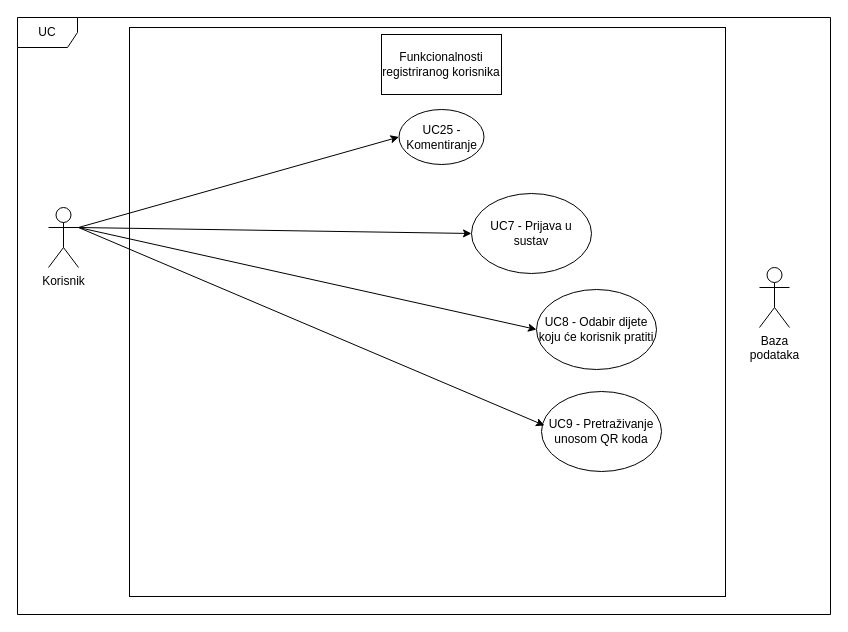
glatkobrasno/wall-e-zohari keeps this draw.io diagram as Dokumentacija/Dijagrami/DijagramObrazacaUporabeRegistriranogKorisnika.drawio. Above is the earlier version. Source tidied: cells renumbered, new cells numbered last; positions are measured from the earlier drawing's top-left corner, leaving out a move shared by most shapes. Both pictures are drawn from the tidied source at 100%, with x=0, y=0 at pixel (17, 17).
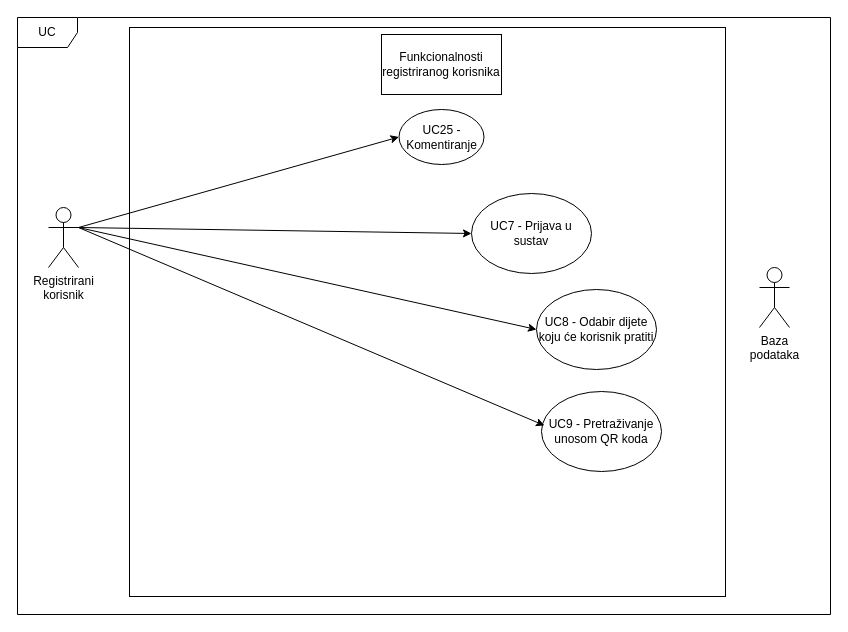
After the change.

Commit message (it also covers changes not shown here):
Dijagrami obrazaca uporabe

What changed in the source:
```diff
@@
 <mxGraphModel>
   <root>
     <mxCell id="0" />
     <mxCell id="1" parent="0" />
     <mxCell id="2" style="html=1;whiteSpace=wrap;" parent="1" vertex="1">
       <mxGeometry x="112" y="10" width="596" height="569" as="geometry" />
     </mxCell>
-    <mxCell id="3" value="Korisnik" style="shape=umlActor;verticalLabelPosition=bottom;verticalAlign=top;html=1;outlineConnect=0;labelBackgroundColor=none;rounded=0;" parent="1" vertex="1">
+    <mxCell id="3" value="Registrirani&lt;br&gt;korisnik" style="shape=umlActor;verticalLabelPosition=bottom;verticalAlign=top;html=1;outlineConnect=0;labelBackgroundColor=none;rounded=0;" parent="1" vertex="1">
       <mxGeometry x="31" y="190" width="30" height="60" as="geometry" />
     </mxCell>
     <mxCell id="4" value="Baza&lt;br&gt;podataka" style="shape=umlActor;verticalLabelPosition=bottom;verticalAlign=top;html=1;" parent="1" vertex="1">
       <mxGeometry x="742" y="250" width="30" height="60" as="geometry" />
     </mxCell>
     <mxCell id="5" value="UC" style="shape=umlFrame;whiteSpace=wrap;html=1;" parent="1" vertex="1">
       <mxGeometry width="813" height="597" as="geometry" />
     </mxCell>
     <mxCell id="6" value="Funkcionalnosti registriranog korisnika" style="rounded=0;whiteSpace=wrap;html=1;" parent="1" vertex="1">
       <mxGeometry x="364" y="17" width="120" height="60" as="geometry" />
     </mxCell>
     <mxCell id="7" value="UC7 - Prijava u sustav" style="ellipse;whiteSpace=wrap;html=1;" parent="1" vertex="1">
       <mxGeometry x="454" y="176" width="120" height="80" as="geometry" />
     </mxCell>
     <mxCell id="8" style="endArrow=classic;html=1;exitX=1;exitY=0.3333333333333333;exitDx=0;exitDy=0;exitPerimeter=0;entryX=0;entryY=0.5;entryDx=0;entryDy=0;" parent="1" edge="1" source="3" target="7">
       <mxGeometry relative="1" as="geometry" />
     </mxCell>
     <mxCell id="9" value="UC25 - Komentiranje" style="ellipse;whiteSpace=wrap;html=1;" parent="1" vertex="1">
       <mxGeometry x="381.5" y="92" width="85" height="55" as="geometry" />
     </mxCell>
     <mxCell id="10" style="endArrow=classic;html=1;exitX=1;exitY=0.3333333333333333;exitDx=0;exitDy=0;exitPerimeter=0;entryX=0;entryY=0.5;entryDx=0;entryDy=0;" parent="1" edge="1" source="3" target="9">
       <mxGeometry relative="1" as="geometry" />
     </mxCell>
     <mxCell id="11" value="UC8 - Odabir dijete koju će korisnik pratiti" style="ellipse;whiteSpace=wrap;html=1;" parent="1" vertex="1">
       <mxGeometry x="519" y="272" width="120" height="80" as="geometry" />
     </mxCell>
     <mxCell id="12" style="endArrow=classic;html=1;rounded=0;exitX=1;exitY=0.3333333333333333;exitDx=0;exitDy=0;exitPerimeter=0;entryX=0;entryY=0.5;entryDx=0;entryDy=0;" parent="1" edge="1" source="3" target="11">
       <mxGeometry relative="1" as="geometry" />
     </mxCell>
     <mxCell id="13" value="UC9 - Pretraživanje unosom QR koda" style="ellipse;whiteSpace=wrap;html=1;" parent="1" vertex="1">
       <mxGeometry x="524" y="374" width="120" height="80" as="geometry" />
     </mxCell>
     <mxCell id="14" style="endArrow=classic;html=1;rounded=0;exitX=1;exitY=0.3333333333333333;exitDx=0;exitDy=0;exitPerimeter=0;entryX=0.025;entryY=0.425;entryDx=0;entryDy=0;entryPerimeter=0;" parent="1" edge="1" source="3" target="13">
       <mxGeometry relative="1" as="geometry" />
     </mxCell>
   </root>
 </mxGraphModel>
```
